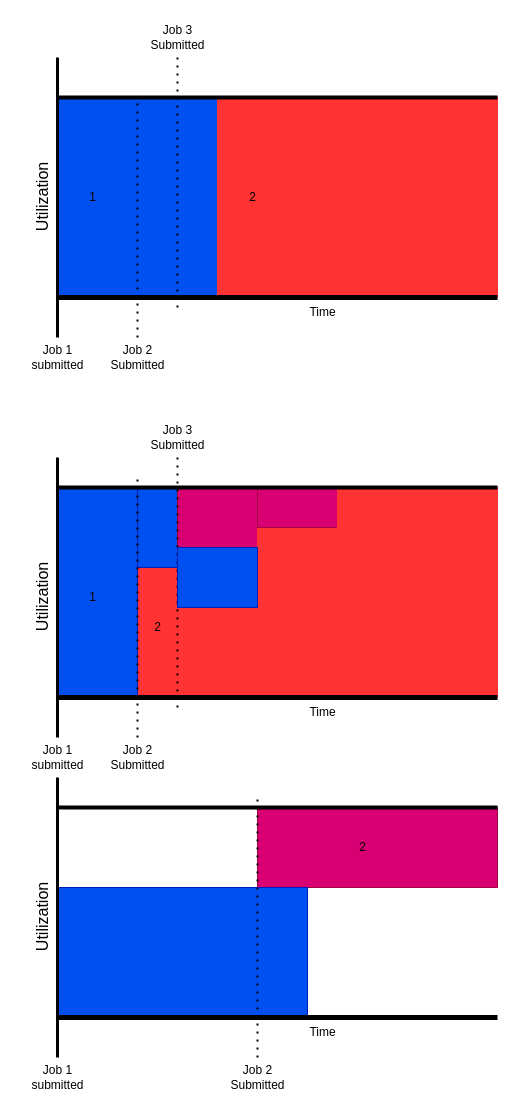
Before: schedule drawings/Untitled Diagram.drawio in Amir-kar/EECS4314-GroupD, a draw.io diagram. Source tidied: cells renumbered, new cells numbered last; positions are measured from the earlier drawing's top-left corner, leaving out a move shared by most shapes. Both pictures are drawn from the tidied source at 100%, with x=0, y=0 at pixel (-3, 17).
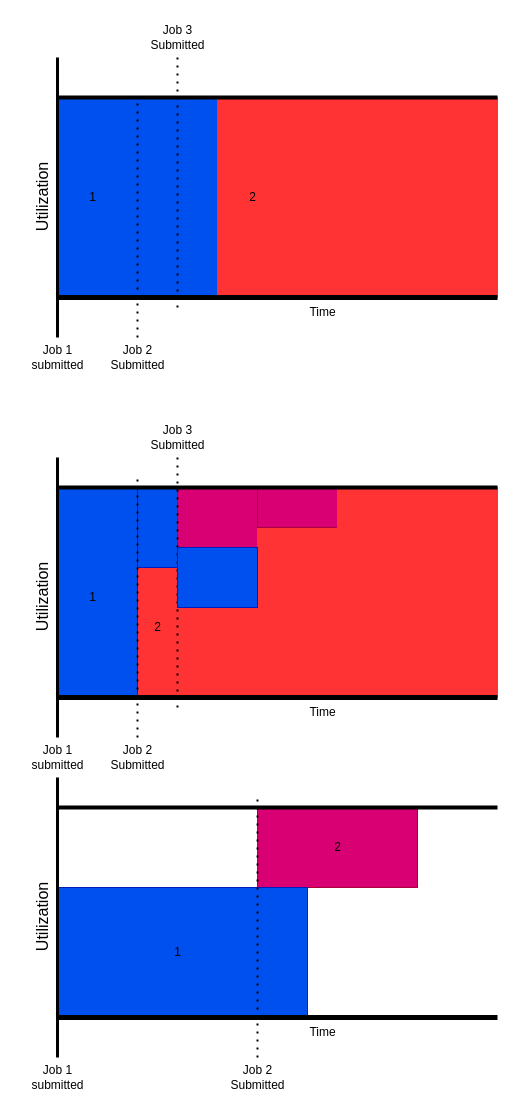
The same page after the edit.

The edit, as a diff of the source:
```diff
@@
     <mxCell id="2" style="rounded=0;whiteSpace=wrap;html=1;fillColor=#d80073;fontColor=#ffffff;strokeColor=#A50040;" parent="1" vertex="1">
-      <mxGeometry x="260" y="790" width="240" height="80" as="geometry" />
+      <mxGeometry x="260" y="790" width="160" height="80" as="geometry" />
     </mxCell>
@@
     <mxCell id="48" value="&lt;span style=&quot;color: light-dark(rgb(0, 0, 0), rgb(0, 0, 0));&quot;&gt;2&lt;/span&gt;" style="text;html=1;align=center;verticalAlign=middle;strokeColor=none;fillColor=none;" parent="1" vertex="1">
-      <mxGeometry x="350" y="815" width="30" height="30" as="geometry" />
+      <mxGeometry x="325" y="815" width="30" height="30" as="geometry" />
     </mxCell>
+    <mxCell id="49" value="&lt;span style=&quot;color: light-dark(rgb(0, 0, 0), rgb(0, 0, 0));&quot;&gt;1&lt;/span&gt;" style="text;html=1;align=center;verticalAlign=middle;strokeColor=none;fillColor=none;" parent="1" vertex="1">
+      <mxGeometry x="165" y="920" width="30" height="30" as="geometry" />
+    </mxCell>
```
